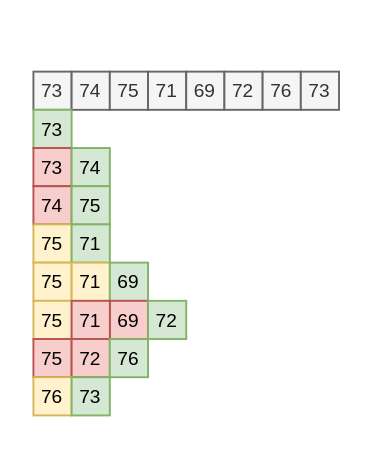
This is user/leetcode/739.每日温度.drawio from acm-clan/algorithm-stone, a draw.io file, before an edit. Source tidied: cells renumbered, new cells numbered last; positions are measured from the earlier drawing's top-left corner, leaving out a move shared by most shapes. Both pictures are drawn from the tidied source at 191%, with x=0, y=0 at pixel (32, 71).
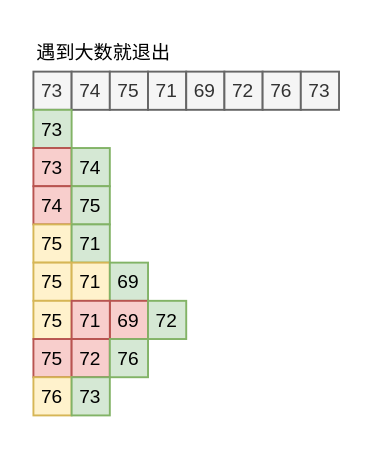
After the change.

Diff of the diagram source:
```diff
@@
+    <mxCell id="29" value="遇到大数就退出" style="text;html=1;strokeColor=none;fillColor=none;align=left;verticalAlign=middle;whiteSpace=wrap;rounded=0;fontSize=10;" parent="1" vertex="1">
+      <mxGeometry y="-20" width="160" height="20" as="geometry" />
+    </mxCell>
```
